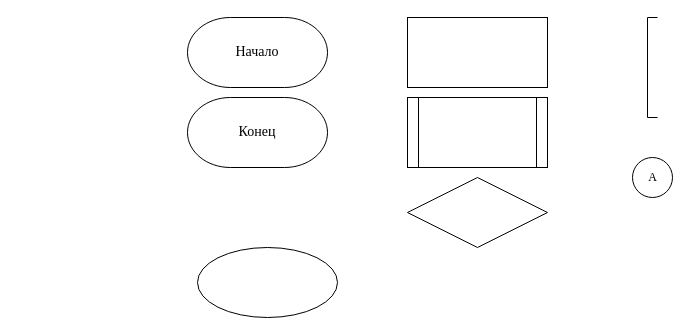
muji40k/krpcgen keeps this draw.io diagram as page "Blocks" (1 of 6) of shared/report/algs.drawio. Above is the earlier version. Source tidied: cells renumbered, new cells numbered last; positions are measured from the earlier drawing's top-left corner, leaving out a move shared by most shapes. Both pictures are drawn from the tidied source at 100%, with x=0, y=0 at pixel (187, 17).
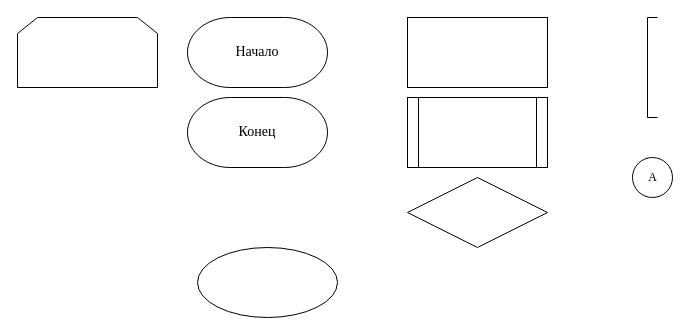
After the change.

Diff of the diagram source:
```diff
@@
 <mxGraphModel>
   <root>
     <mxCell id="0" />
     <mxCell id="1" parent="0" />
     <mxCell id="2" value="&lt;font&gt;Начало&lt;/font&gt;" style="strokeWidth=1;html=1;shape=mxgraph.flowchart.terminator;whiteSpace=wrap;fontFamily=Times New Roman;fontSize=14;fillColor=none;" parent="1" vertex="1">
       <mxGeometry width="140" height="70" as="geometry" />
     </mxCell>
     <mxCell id="3" value="&lt;font&gt;Конец&lt;/font&gt;" style="strokeWidth=1;html=1;shape=mxgraph.flowchart.terminator;whiteSpace=wrap;fontFamily=Times New Roman;fontSize=14;fillColor=none;" parent="1" vertex="1">
       <mxGeometry y="80" width="140" height="70" as="geometry" />
     </mxCell>
     <mxCell id="4" style="rounded=0;whiteSpace=wrap;html=1;fillColor=none;fontFamily=Times New Roman;fontSize=14;" parent="1" vertex="1">
       <mxGeometry x="220" width="140" height="70" as="geometry" />
     </mxCell>
     <mxCell id="5" style="shape=process;whiteSpace=wrap;html=1;backgroundOutline=1;size=0.07692307692307693;fillColor=none;fontFamily=Times New Roman;fontSize=14;" parent="1" vertex="1">
       <mxGeometry x="220" y="80" width="140" height="70" as="geometry" />
     </mxCell>
     <mxCell id="6" style="rhombus;whiteSpace=wrap;html=1;fillColor=none;fontFamily=Times New Roman;fontSize=14;" parent="1" vertex="1">
       <mxGeometry x="220" y="160" width="140" height="70" as="geometry" />
     </mxCell>
     <mxCell id="7" style="strokeWidth=1;html=1;shape=mxgraph.flowchart.annotation_1;align=left;fontFamily=Times New Roman;fontSize=14;labelPosition=right;verticalLabelPosition=middle;verticalAlign=middle;" parent="1" vertex="1">
       <mxGeometry x="460" width="10" height="100" as="geometry" />
     </mxCell>
     <mxCell id="8" value="А" style="verticalLabelPosition=middle;verticalAlign=middle;html=1;shape=mxgraph.flowchart.on-page_reference;fillColor=none;labelPosition=center;align=center;fontFamily=Times New Roman;" parent="1" vertex="1">
       <mxGeometry x="445" y="140" width="40" height="40" as="geometry" />
     </mxCell>
     <mxCell id="9" style="ellipse;whiteSpace=wrap;html=1;fillColor=none;fontFamily=Times New Roman;fontSize=14;" parent="1" vertex="1">
       <mxGeometry x="10" y="230" width="140" height="70" as="geometry" />
     </mxCell>
+    <mxCell id="10" style="shape=loopLimit;whiteSpace=wrap;html=1;fillColor=none;fontSize=14;fontFamily=Times New Roman;" parent="1" vertex="1">
+      <mxGeometry x="-170" width="140" height="70" as="geometry" />
+    </mxCell>
   </root>
 </mxGraphModel>
```
